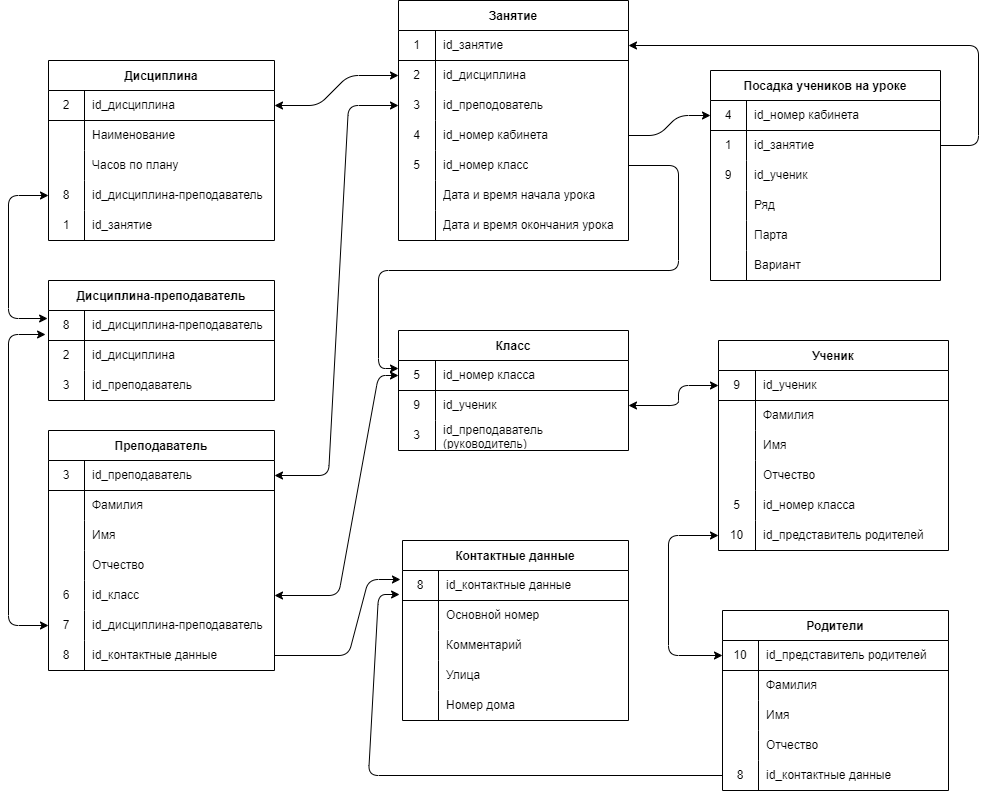
AndreyKartashow/WorkDataBase keeps this draw.io diagram as HomeWork3/ArhitectureDataBase.drawio.png. Above is the earlier version. Source tidied: cells renumbered, new cells last; positions are measured from the earlier drawing's top-left corner, leaving out a move shared by most shapes.
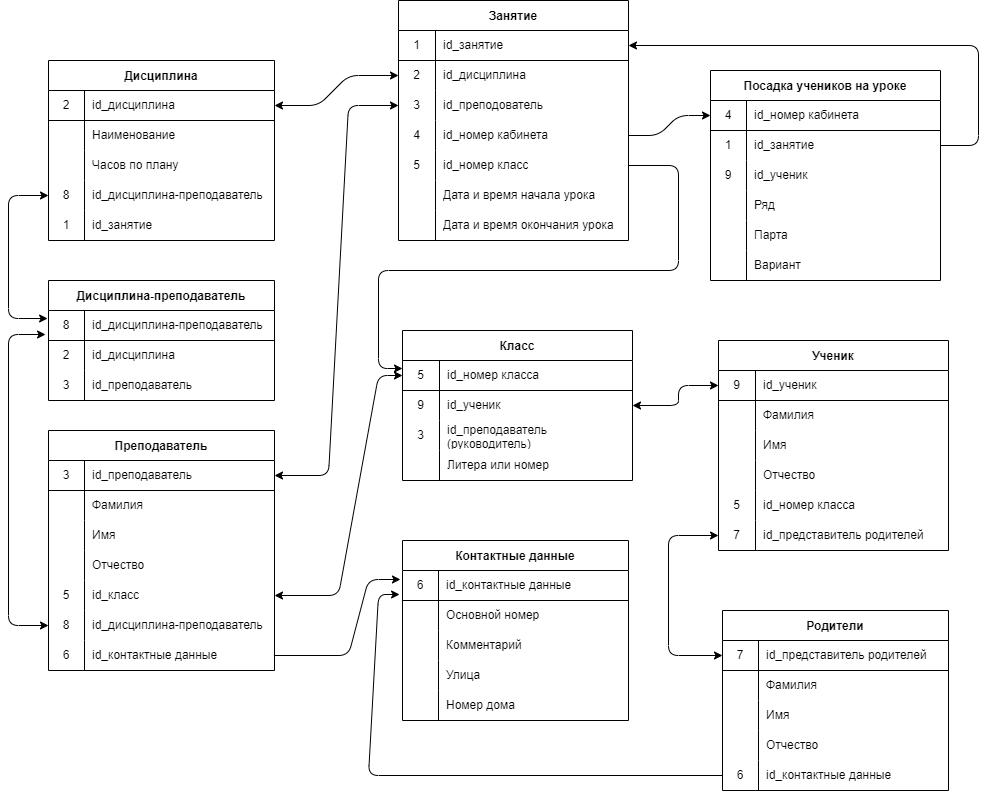
The same file after the commit.

The edit, as a diff of the source:
```diff
@@ -110,7 +110,7 @@
     <mxCell id="37" style="shape=partialRectangle;html=1;whiteSpace=wrap;fillColor=none;top=0;left=0;bottom=0;right=0;points=[[0,0.5],[1,0.5]];portConstraint=eastwest;" parent="24" vertex="1">
       <mxGeometry y="150" width="226" height="30" as="geometry" />
     </mxCell>
-    <mxCell id="38" value="6" style="shape=partialRectangle;html=1;whiteSpace=wrap;fillColor=none;top=0;left=0;bottom=0;right=0;overflow=hidden;" parent="37" vertex="1">
+    <mxCell id="38" value="5" style="shape=partialRectangle;html=1;whiteSpace=wrap;fillColor=none;top=0;left=0;bottom=0;right=0;overflow=hidden;" parent="37" vertex="1">
       <mxGeometry width="36" height="30" as="geometry" />
     </mxCell>
     <mxCell id="39" value="id_класс" style="shape=partialRectangle;html=1;whiteSpace=wrap;fillColor=none;top=0;left=0;bottom=0;right=0;align=left;spacingLeft=6;overflow=hidden;" parent="37" vertex="1">
@@ -119,7 +119,7 @@
     <mxCell id="40" style="shape=partialRectangle;html=1;whiteSpace=wrap;fillColor=none;top=0;left=0;bottom=0;right=0;points=[[0,0.5],[1,0.5]];portConstraint=eastwest;" parent="24" vertex="1">
       <mxGeometry y="180" width="226" height="30" as="geometry" />
     </mxCell>
-    <mxCell id="41" value="7" style="shape=partialRectangle;html=1;whiteSpace=wrap;fillColor=none;top=0;left=0;bottom=0;right=0;overflow=hidden;" parent="40" vertex="1">
+    <mxCell id="41" value="8" style="shape=partialRectangle;html=1;whiteSpace=wrap;fillColor=none;top=0;left=0;bottom=0;right=0;overflow=hidden;" parent="40" vertex="1">
       <mxGeometry width="36" height="30" as="geometry" />
     </mxCell>
     <mxCell id="42" value="id_дисциплина-преподаватель" style="shape=partialRectangle;html=1;whiteSpace=wrap;fillColor=none;top=0;left=0;bottom=0;right=0;align=left;spacingLeft=6;overflow=hidden;" parent="40" vertex="1">
@@ -128,7 +128,7 @@
     <mxCell id="43" style="shape=partialRectangle;html=1;whiteSpace=wrap;fillColor=none;top=0;left=0;bottom=0;right=0;points=[[0,0.5],[1,0.5]];portConstraint=eastwest;" parent="24" vertex="1">
       <mxGeometry y="210" width="226" height="30" as="geometry" />
     </mxCell>
-    <mxCell id="44" value="8" style="shape=partialRectangle;html=1;whiteSpace=wrap;fillColor=none;top=0;left=0;bottom=0;right=0;overflow=hidden;" parent="43" vertex="1">
+    <mxCell id="44" value="6" style="shape=partialRectangle;html=1;whiteSpace=wrap;fillColor=none;top=0;left=0;bottom=0;right=0;overflow=hidden;" parent="43" vertex="1">
       <mxGeometry width="36" height="30" as="geometry" />
     </mxCell>
     <mxCell id="45" value="id_контактные данные" style="shape=partialRectangle;html=1;whiteSpace=wrap;fillColor=none;top=0;left=0;bottom=0;right=0;align=left;spacingLeft=6;overflow=hidden;" parent="43" vertex="1">
@@ -218,7 +218,7 @@
     <mxCell id="73" style="shape=partialRectangle;html=1;whiteSpace=wrap;fillColor=none;top=0;left=0;bottom=1;right=0;points=[[0,0.5],[1,0.5]];portConstraint=eastwest;" parent="72" vertex="1">
       <mxGeometry y="30" width="226" height="30" as="geometry" />
     </mxCell>
-    <mxCell id="74" value="8" style="shape=partialRectangle;html=1;whiteSpace=wrap;fillColor=none;top=0;left=0;bottom=0;right=0;overflow=hidden;" parent="73" vertex="1">
+    <mxCell id="74" value="6" style="shape=partialRectangle;html=1;whiteSpace=wrap;fillColor=none;top=0;left=0;bottom=0;right=0;overflow=hidden;" parent="73" vertex="1">
       <mxGeometry width="36" height="30" as="geometry" />
     </mxCell>
     <mxCell id="75" value="id_контактные данные" style="shape=partialRectangle;html=1;whiteSpace=wrap;fillColor=none;top=0;left=0;bottom=0;right=0;align=left;spacingLeft=6;overflow=hidden;" parent="73" vertex="1">
@@ -384,14 +384,14 @@
     <mxCell id="125" style="shape=partialRectangle;html=1;whiteSpace=wrap;fillColor=none;top=0;left=0;bottom=0;right=0;points=[[0,0.5],[1,0.5]];portConstraint=eastwest;" parent="109" vertex="1">
       <mxGeometry y="180" width="230" height="30" as="geometry" />
     </mxCell>
-    <mxCell id="126" value="10" style="shape=partialRectangle;html=1;whiteSpace=wrap;fillColor=none;top=0;left=0;bottom=0;right=0;overflow=hidden;" parent="125" vertex="1">
+    <mxCell id="126" value="7" style="shape=partialRectangle;html=1;whiteSpace=wrap;fillColor=none;top=0;left=0;bottom=0;right=0;overflow=hidden;" parent="125" vertex="1">
       <mxGeometry width="37" height="30" as="geometry" />
     </mxCell>
     <mxCell id="127" value="id_представитель родителей" style="shape=partialRectangle;html=1;whiteSpace=wrap;fillColor=none;top=0;left=0;bottom=0;right=0;align=left;spacingLeft=6;overflow=hidden;" parent="125" vertex="1">
       <mxGeometry x="37" width="193" height="30" as="geometry" />
     </mxCell>
     <mxCell id="128" value="Класс" style="shape=table;startSize=30;rowLines=0;fontStyle=1;align=center;" parent="1" vertex="1">
-      <mxGeometry x="390" y="330" width="230" height="120" as="geometry" />
+      <mxGeometry x="394" y="330" width="230" height="150" as="geometry" />
     </mxCell>
     <mxCell id="129" style="shape=partialRectangle;html=1;whiteSpace=wrap;fillColor=none;top=0;left=0;bottom=1;right=0;points=[[0,0.5],[1,0.5]];portConstraint=eastwest;" parent="128" vertex="1">
       <mxGeometry y="30" width="230" height="30" as="geometry" />
@@ -420,6 +420,15 @@
     <mxCell id="137" value="id_преподаватель (руководитель)" style="shape=partialRectangle;html=1;whiteSpace=wrap;fillColor=none;top=0;left=0;bottom=0;right=0;align=left;spacingLeft=6;overflow=hidden;" parent="135" vertex="1">
       <mxGeometry x="37" width="193" height="30" as="geometry" />
     </mxCell>
+    <mxCell id="164" style="shape=partialRectangle;html=1;whiteSpace=wrap;fillColor=none;top=0;left=0;bottom=0;right=0;" parent="128" vertex="1">
+      <mxGeometry y="120" width="230" height="30" as="geometry" />
+    </mxCell>
+    <mxCell id="165" style="shape=partialRectangle;html=1;whiteSpace=wrap;fillColor=none;top=0;left=0;bottom=0;right=0;overflow=hidden;" parent="164" vertex="1">
+      <mxGeometry width="37" height="30" as="geometry" />
+    </mxCell>
+    <mxCell id="166" value="Литера или номер" style="shape=partialRectangle;html=1;whiteSpace=wrap;fillColor=none;top=0;left=0;bottom=0;right=0;align=left;spacingLeft=6;overflow=hidden;" parent="164" vertex="1">
+      <mxGeometry x="37" width="193" height="30" as="geometry" />
+    </mxCell>
     <mxCell id="138" style="endArrow=classic;startArrow=classic;html=1;exitX=1;exitY=0.5;exitDx=0;exitDy=0;entryX=0;entryY=0.5;entryDx=0;entryDy=0;" parent="1" edge="1" source="25" target="9">
       <mxGeometry relative="1" as="geometry">
         <Array as="points">
@@ -484,7 +493,7 @@
     <mxCell id="146" style="shape=partialRectangle;html=1;whiteSpace=wrap;fillColor=none;top=0;left=0;bottom=1;right=0;points=[[0,0.5],[1,0.5]];portConstraint=eastwest;" parent="145" vertex="1">
       <mxGeometry y="30" width="226" height="30" as="geometry" />
     </mxCell>
-    <mxCell id="147" value="10" style="shape=partialRectangle;html=1;whiteSpace=wrap;fillColor=none;top=0;left=0;bottom=0;right=0;overflow=hidden;" parent="146" vertex="1">
+    <mxCell id="147" value="7" style="shape=partialRectangle;html=1;whiteSpace=wrap;fillColor=none;top=0;left=0;bottom=0;right=0;overflow=hidden;" parent="146" vertex="1">
       <mxGeometry width="36" height="30" as="geometry" />
     </mxCell>
     <mxCell id="148" value="id_представитель родителей" style="shape=partialRectangle;html=1;whiteSpace=wrap;fillColor=none;top=0;left=0;bottom=0;right=0;align=left;spacingLeft=6;overflow=hidden;" parent="146" vertex="1">
@@ -520,7 +529,7 @@
     <mxCell id="158" style="shape=partialRectangle;html=1;whiteSpace=wrap;fillColor=none;top=0;left=0;bottom=0;right=0;points=[[0,0.5],[1,0.5]];portConstraint=eastwest;" parent="145" vertex="1">
       <mxGeometry y="150" width="226" height="30" as="geometry" />
     </mxCell>
-    <mxCell id="159" value="8" style="shape=partialRectangle;html=1;whiteSpace=wrap;fillColor=none;top=0;left=0;bottom=0;right=0;overflow=hidden;" parent="158" vertex="1">
+    <mxCell id="159" value="6" style="shape=partialRectangle;html=1;whiteSpace=wrap;fillColor=none;top=0;left=0;bottom=0;right=0;overflow=hidden;" parent="158" vertex="1">
       <mxGeometry width="36" height="30" as="geometry" />
     </mxCell>
     <mxCell id="160" value="id_контактные данные" style="shape=partialRectangle;html=1;whiteSpace=wrap;fillColor=none;top=0;left=0;bottom=0;right=0;align=left;spacingLeft=6;overflow=hidden;" parent="158" vertex="1">
```
